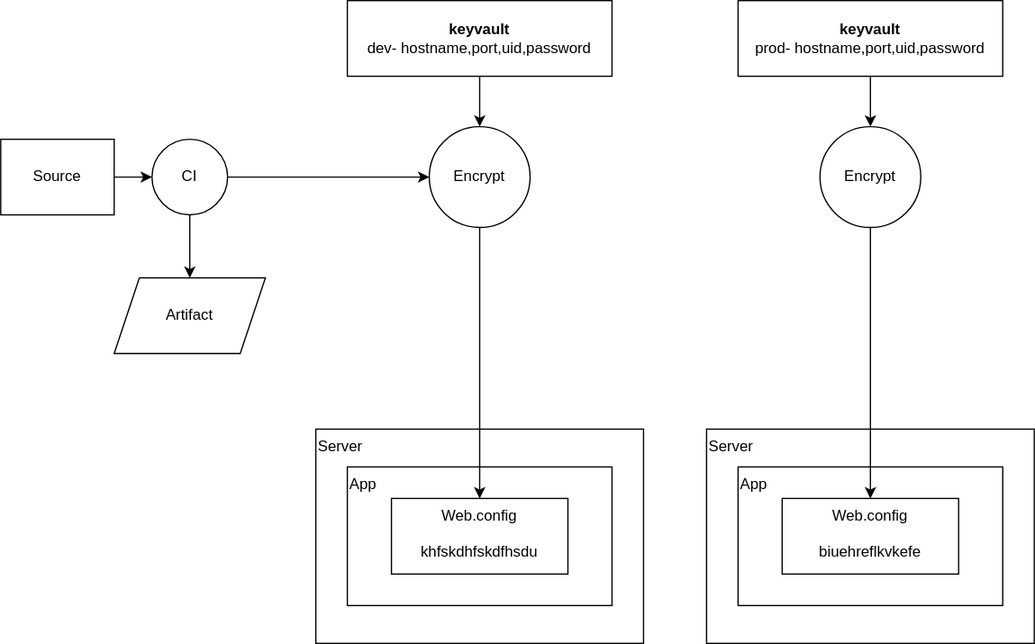
Above: connectionstring.svg in vjavle/invoicecloud (draw.io), before the change. Source tidied: cells renumbered, new cells last; positions are measured from the earlier drawing's top-left corner, leaving out a move shared by most shapes. The source it was exported from:
```xml
<mxGraphModel>
  <root>
    <mxCell id="0" />
    <mxCell id="1" parent="0" />
    <mxCell id="2" value="Server" style="rounded=0;whiteSpace=wrap;html=1;verticalAlign=top;align=left;" parent="1" vertex="1">
      <mxGeometry x="250" y="340" width="260" height="170" as="geometry" />
    </mxCell>
    <mxCell id="3" value="App" style="rounded=0;whiteSpace=wrap;html=1;verticalAlign=top;align=left;" parent="1" vertex="1">
      <mxGeometry x="275" y="370" width="210" height="110" as="geometry" />
    </mxCell>
    <mxCell id="4" style="edgeStyle=orthogonalEdgeStyle;rounded=0;jettySize=auto;html=1;" parent="1" edge="1" source="5" target="13">
      <mxGeometry relative="1" as="geometry" />
    </mxCell>
    <mxCell id="5" value="&lt;b&gt;keyvault&lt;/b&gt;&lt;br&gt;dev- hostname,port,uid,password" style="rounded=0;whiteSpace=wrap;html=1;" parent="1" vertex="1">
      <mxGeometry x="275" width="210" height="60" as="geometry" />
    </mxCell>
    <mxCell id="6" style="edgeStyle=orthogonalEdgeStyle;rounded=0;jettySize=auto;html=1;" parent="1" edge="1" source="7" target="11">
      <mxGeometry relative="1" as="geometry" />
    </mxCell>
    <mxCell id="7" value="Source" style="rounded=0;whiteSpace=wrap;html=1;" parent="1" vertex="1">
      <mxGeometry y="110" width="90" height="60" as="geometry" />
    </mxCell>
    <mxCell id="8" value="Artifact" style="shape=parallelogram;perimeter=parallelogramPerimeter;whiteSpace=wrap;html=1;fixedSize=1;" parent="1" vertex="1">
      <mxGeometry x="90" y="220" width="120" height="60" as="geometry" />
    </mxCell>
    <mxCell id="9" style="edgeStyle=orthogonalEdgeStyle;rounded=0;jettySize=auto;html=1;" parent="1" edge="1" source="11" target="8">
      <mxGeometry relative="1" as="geometry" />
    </mxCell>
    <mxCell id="10" style="edgeStyle=orthogonalEdgeStyle;rounded=0;jettySize=auto;html=1;" parent="1" edge="1" source="11" target="13">
      <mxGeometry relative="1" as="geometry" />
    </mxCell>
    <mxCell id="11" value="CI" style="ellipse;whiteSpace=wrap;html=1;" parent="1" vertex="1">
      <mxGeometry x="120" y="110" width="60" height="60" as="geometry" />
    </mxCell>
    <mxCell id="12" style="edgeStyle=orthogonalEdgeStyle;rounded=0;jettySize=auto;html=1;" parent="1" edge="1" source="13" target="14">
      <mxGeometry relative="1" as="geometry" />
    </mxCell>
    <mxCell id="13" value="Encrypt" style="ellipse;whiteSpace=wrap;html=1;" parent="1" vertex="1">
      <mxGeometry x="340" y="100" width="80" height="80" as="geometry" />
    </mxCell>
    <mxCell id="14" value="Web.config&lt;br&gt;&lt;br&gt;khfskdhfskdfhsdu" style="rounded=0;whiteSpace=wrap;html=1;verticalAlign=top;" parent="1" vertex="1">
      <mxGeometry x="310" y="395" width="140" height="60" as="geometry" />
    </mxCell>
    <mxCell id="15" value="Server" style="rounded=0;whiteSpace=wrap;html=1;verticalAlign=top;align=left;" parent="1" vertex="1">
      <mxGeometry x="560" y="340" width="260" height="170" as="geometry" />
    </mxCell>
    <mxCell id="16" value="App" style="rounded=0;whiteSpace=wrap;html=1;verticalAlign=top;align=left;" parent="1" vertex="1">
      <mxGeometry x="585" y="370" width="210" height="110" as="geometry" />
    </mxCell>
    <mxCell id="17" style="edgeStyle=orthogonalEdgeStyle;rounded=0;jettySize=auto;html=1;" parent="1" edge="1" source="18" target="20">
      <mxGeometry relative="1" as="geometry" />
    </mxCell>
    <mxCell id="18" value="&lt;b&gt;keyvault&lt;/b&gt;&lt;br&gt;prod- hostname,port,uid,password" style="rounded=0;whiteSpace=wrap;html=1;" parent="1" vertex="1">
      <mxGeometry x="585" width="210" height="60" as="geometry" />
    </mxCell>
    <mxCell id="19" style="edgeStyle=orthogonalEdgeStyle;rounded=0;jettySize=auto;html=1;" parent="1" edge="1" source="20" target="21">
      <mxGeometry relative="1" as="geometry" />
    </mxCell>
    <mxCell id="20" value="Encrypt" style="ellipse;whiteSpace=wrap;html=1;" parent="1" vertex="1">
      <mxGeometry x="650" y="100" width="80" height="80" as="geometry" />
    </mxCell>
    <mxCell id="21" value="Web.config&lt;br&gt;&lt;br&gt;biuehreflkvkefe" style="rounded=0;whiteSpace=wrap;html=1;verticalAlign=top;" parent="1" vertex="1">
      <mxGeometry x="620" y="395" width="140" height="60" as="geometry" />
    </mxCell>
  </root>
</mxGraphModel>
```
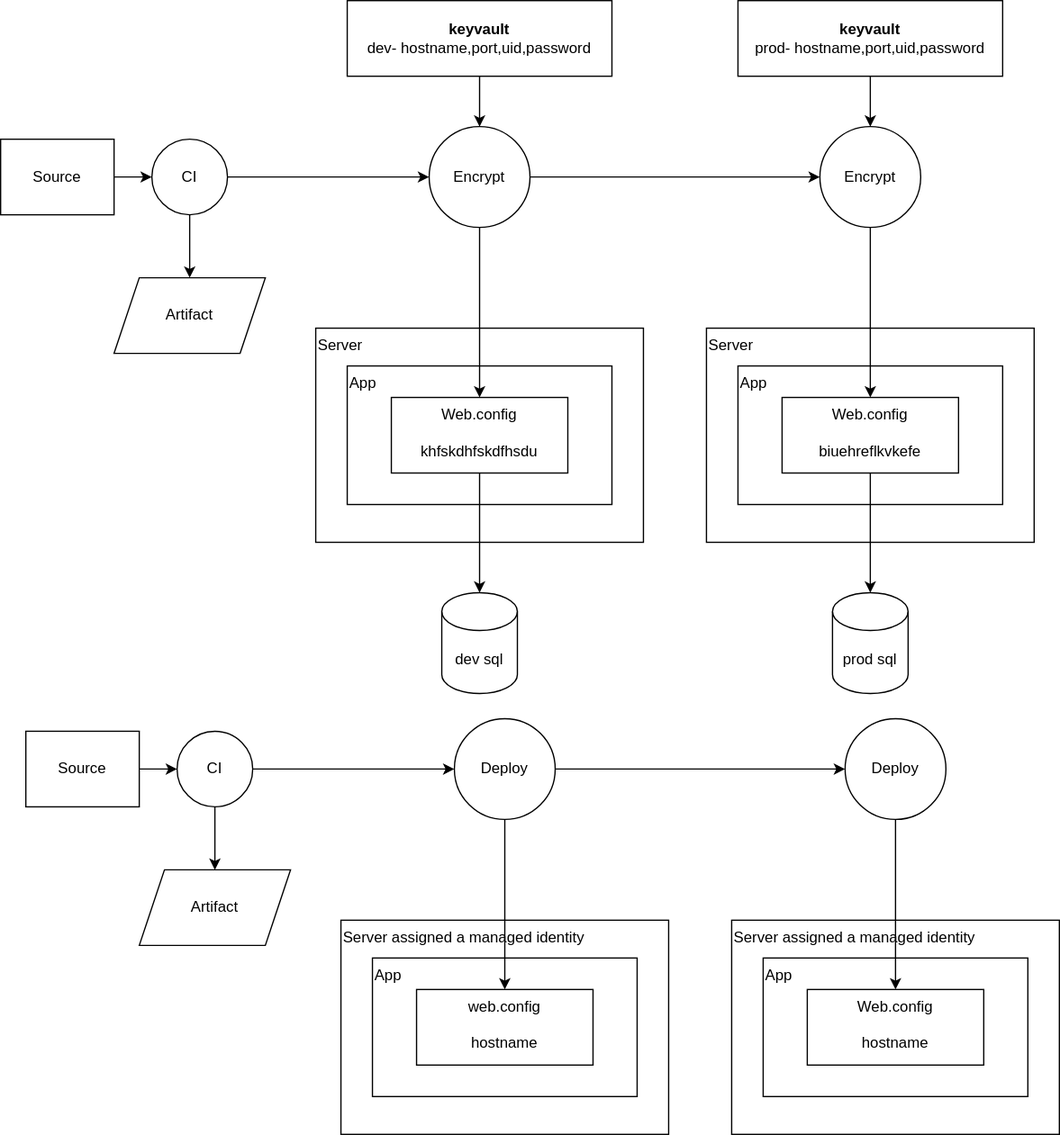
After the change.

The edit, as a diff of the source:
```diff
@@ -3,10 +3,10 @@
     <mxCell id="0" />
     <mxCell id="1" parent="0" />
     <mxCell id="2" value="Server" style="rounded=0;whiteSpace=wrap;html=1;verticalAlign=top;align=left;" parent="1" vertex="1">
-      <mxGeometry x="250" y="340" width="260" height="170" as="geometry" />
+      <mxGeometry x="250" y="260" width="260" height="170" as="geometry" />
     </mxCell>
     <mxCell id="3" value="App" style="rounded=0;whiteSpace=wrap;html=1;verticalAlign=top;align=left;" parent="1" vertex="1">
-      <mxGeometry x="275" y="370" width="210" height="110" as="geometry" />
+      <mxGeometry x="275" y="290" width="210" height="110" as="geometry" />
     </mxCell>
     <mxCell id="4" style="edgeStyle=orthogonalEdgeStyle;rounded=0;jettySize=auto;html=1;" parent="1" edge="1" source="5" target="13">
       <mxGeometry relative="1" as="geometry" />
@@ -35,17 +35,20 @@
     <mxCell id="12" style="edgeStyle=orthogonalEdgeStyle;rounded=0;jettySize=auto;html=1;" parent="1" edge="1" source="13" target="14">
       <mxGeometry relative="1" as="geometry" />
     </mxCell>
+    <mxCell id="22" style="edgeStyle=orthogonalEdgeStyle;rounded=0;jettySize=auto;html=1;" parent="1" edge="1" source="13" target="20">
+      <mxGeometry relative="1" as="geometry" />
+    </mxCell>
     <mxCell id="13" value="Encrypt" style="ellipse;whiteSpace=wrap;html=1;" parent="1" vertex="1">
       <mxGeometry x="340" y="100" width="80" height="80" as="geometry" />
     </mxCell>
     <mxCell id="14" value="Web.config&lt;br&gt;&lt;br&gt;khfskdhfskdfhsdu" style="rounded=0;whiteSpace=wrap;html=1;verticalAlign=top;" parent="1" vertex="1">
-      <mxGeometry x="310" y="395" width="140" height="60" as="geometry" />
+      <mxGeometry x="310" y="315" width="140" height="60" as="geometry" />
     </mxCell>
     <mxCell id="15" value="Server" style="rounded=0;whiteSpace=wrap;html=1;verticalAlign=top;align=left;" parent="1" vertex="1">
-      <mxGeometry x="560" y="340" width="260" height="170" as="geometry" />
+      <mxGeometry x="560" y="260" width="260" height="170" as="geometry" />
     </mxCell>
     <mxCell id="16" value="App" style="rounded=0;whiteSpace=wrap;html=1;verticalAlign=top;align=left;" parent="1" vertex="1">
-      <mxGeometry x="585" y="370" width="210" height="110" as="geometry" />
+      <mxGeometry x="585" y="290" width="210" height="110" as="geometry" />
     </mxCell>
     <mxCell id="17" style="edgeStyle=orthogonalEdgeStyle;rounded=0;jettySize=auto;html=1;" parent="1" edge="1" source="18" target="20">
       <mxGeometry relative="1" as="geometry" />
@@ -60,7 +63,70 @@
       <mxGeometry x="650" y="100" width="80" height="80" as="geometry" />
     </mxCell>
     <mxCell id="21" value="Web.config&lt;br&gt;&lt;br&gt;biuehreflkvkefe" style="rounded=0;whiteSpace=wrap;html=1;verticalAlign=top;" parent="1" vertex="1">
-      <mxGeometry x="620" y="395" width="140" height="60" as="geometry" />
+      <mxGeometry x="620" y="315" width="140" height="60" as="geometry" />
     </mxCell>
+    <mxCell id="23" value="Server assigned a managed identity" style="rounded=0;whiteSpace=wrap;html=1;verticalAlign=top;align=left;" parent="1" vertex="1">
+      <mxGeometry x="270" y="730" width="260" height="170" as="geometry" />
+    </mxCell>
+    <mxCell id="24" value="App" style="rounded=0;whiteSpace=wrap;html=1;verticalAlign=top;align=left;" parent="1" vertex="1">
+      <mxGeometry x="295" y="760" width="210" height="110" as="geometry" />
+    </mxCell>
+    <mxCell id="25" style="edgeStyle=orthogonalEdgeStyle;rounded=0;jettySize=auto;html=1;" parent="1" edge="1" source="26" target="30">
+      <mxGeometry relative="1" as="geometry" />
+    </mxCell>
+    <mxCell id="26" value="Source" style="rounded=0;whiteSpace=wrap;html=1;" parent="1" vertex="1">
+      <mxGeometry x="20" y="580" width="90" height="60" as="geometry" />
+    </mxCell>
+    <mxCell id="27" value="Artifact" style="shape=parallelogram;perimeter=parallelogramPerimeter;whiteSpace=wrap;html=1;fixedSize=1;" parent="1" vertex="1">
+      <mxGeometry x="110" y="690" width="120" height="60" as="geometry" />
+    </mxCell>
+    <mxCell id="28" style="edgeStyle=orthogonalEdgeStyle;rounded=0;jettySize=auto;html=1;" parent="1" edge="1" source="30" target="27">
+      <mxGeometry relative="1" as="geometry" />
+    </mxCell>
+    <mxCell id="29" style="edgeStyle=orthogonalEdgeStyle;rounded=0;jettySize=auto;html=1;" parent="1" edge="1" source="30" target="33">
+      <mxGeometry relative="1" as="geometry" />
+    </mxCell>
+    <mxCell id="30" value="CI" style="ellipse;whiteSpace=wrap;html=1;" parent="1" vertex="1">
+      <mxGeometry x="140" y="580" width="60" height="60" as="geometry" />
+    </mxCell>
+    <mxCell id="31" style="edgeStyle=orthogonalEdgeStyle;rounded=0;jettySize=auto;html=1;" parent="1" edge="1" source="33" target="34">
+      <mxGeometry relative="1" as="geometry" />
+    </mxCell>
+    <mxCell id="32" style="edgeStyle=orthogonalEdgeStyle;rounded=0;jettySize=auto;html=1;" parent="1" edge="1" source="33" target="38">
+      <mxGeometry relative="1" as="geometry" />
+    </mxCell>
+    <mxCell id="33" value="Deploy" style="ellipse;whiteSpace=wrap;html=1;" parent="1" vertex="1">
+      <mxGeometry x="360" y="570" width="80" height="80" as="geometry" />
+    </mxCell>
+    <mxCell id="34" value="web.config&lt;br&gt;&lt;br&gt;hostname" style="rounded=0;whiteSpace=wrap;html=1;verticalAlign=top;" parent="1" vertex="1">
+      <mxGeometry x="330" y="785" width="140" height="60" as="geometry" />
+    </mxCell>
+    <mxCell id="35" value="Server assigned a managed identity" style="rounded=0;whiteSpace=wrap;html=1;verticalAlign=top;align=left;" parent="1" vertex="1">
+      <mxGeometry x="580" y="730" width="260" height="170" as="geometry" />
+    </mxCell>
+    <mxCell id="36" value="App" style="rounded=0;whiteSpace=wrap;html=1;verticalAlign=top;align=left;" parent="1" vertex="1">
+      <mxGeometry x="605" y="760" width="210" height="110" as="geometry" />
+    </mxCell>
+    <mxCell id="37" style="edgeStyle=orthogonalEdgeStyle;rounded=0;jettySize=auto;html=1;" parent="1" edge="1" source="38" target="39">
+      <mxGeometry relative="1" as="geometry" />
+    </mxCell>
+    <mxCell id="38" value="Deploy" style="ellipse;whiteSpace=wrap;html=1;" parent="1" vertex="1">
+      <mxGeometry x="670" y="570" width="80" height="80" as="geometry" />
+    </mxCell>
+    <mxCell id="39" value="Web.config&lt;br&gt;&lt;br&gt;hostname" style="rounded=0;whiteSpace=wrap;html=1;verticalAlign=top;" parent="1" vertex="1">
+      <mxGeometry x="640" y="785" width="140" height="60" as="geometry" />
+    </mxCell>
+    <mxCell id="40" style="edgeStyle=orthogonalEdgeStyle;rounded=0;jettySize=auto;html=1;startArrow=classic;startFill=1;endArrow=none;endFill=0;" parent="1" edge="1" source="41" target="14">
+      <mxGeometry relative="1" as="geometry" />
+    </mxCell>
+    <mxCell id="41" value="dev sql" style="shape=cylinder3;whiteSpace=wrap;html=1;boundedLbl=1;backgroundOutline=1;size=15;" parent="1" vertex="1">
+      <mxGeometry x="350" y="470" width="60" height="80" as="geometry" />
+    </mxCell>
+    <mxCell id="42" style="edgeStyle=orthogonalEdgeStyle;rounded=0;jettySize=auto;html=1;startArrow=classic;startFill=1;endArrow=none;endFill=0;" parent="1" edge="1" source="43" target="21">
+      <mxGeometry relative="1" as="geometry" />
+    </mxCell>
+    <mxCell id="43" value="prod sql" style="shape=cylinder3;whiteSpace=wrap;html=1;boundedLbl=1;backgroundOutline=1;size=15;" parent="1" vertex="1">
+      <mxGeometry x="660" y="470" width="60" height="80" as="geometry" />
+    </mxCell>
   </root>
 </mxGraphModel>
```
